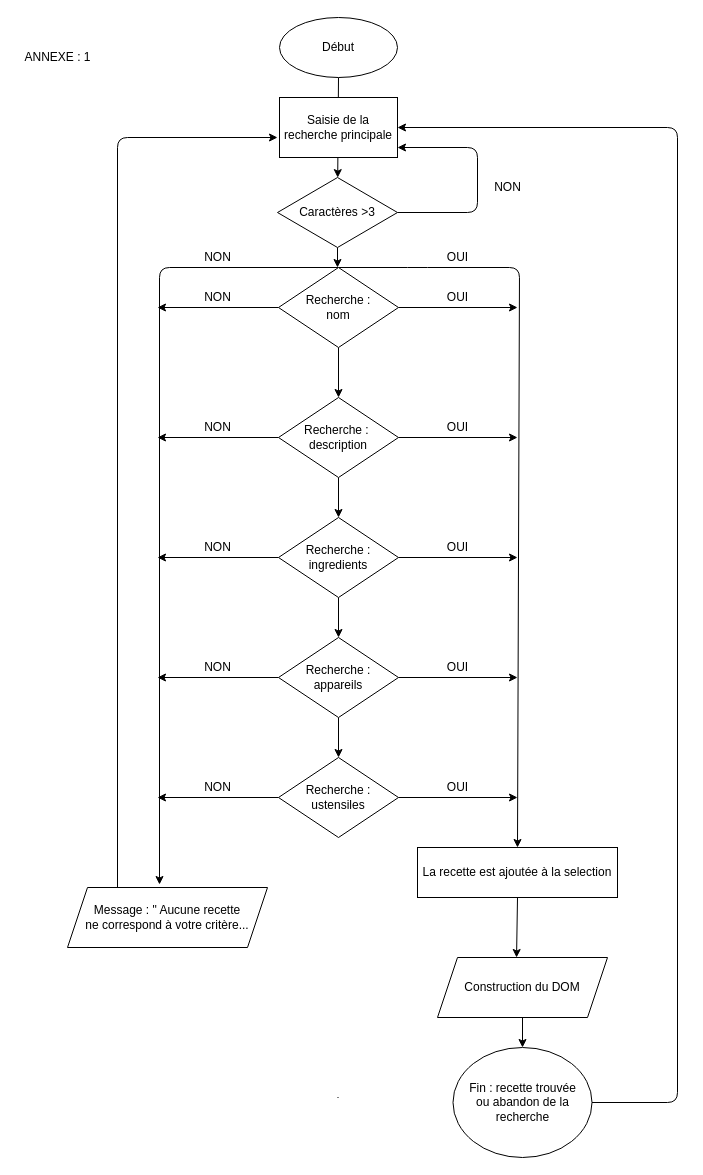
The draw.io diagram .drawio in Seilhan/Les-petits-plats-projet-7, before the edit. Source tidied: cells renumbered, new cells numbered last; positions are measured from the earlier drawing's top-left corner, leaving out a move shared by most shapes. Both pictures are drawn from the tidied source at 100%, with x=0, y=0 at pixel (17, 17).
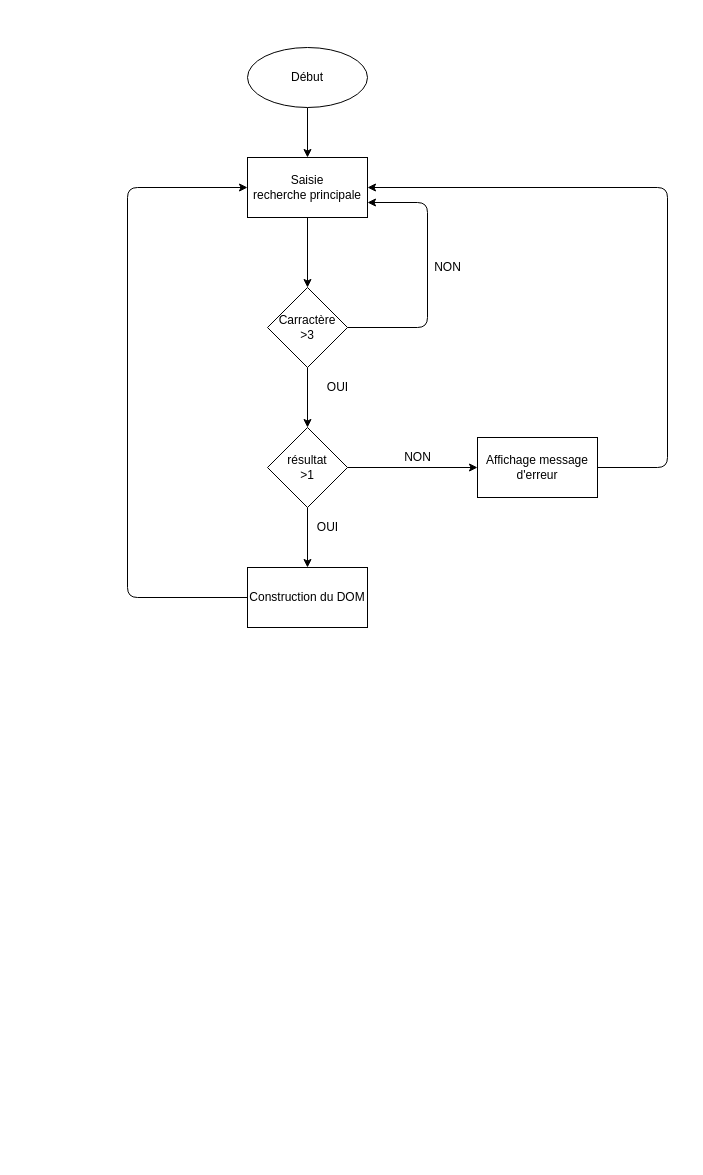
After the change.

Commit message (it also covers changes not shown here):
correction algorigramme + test jsbench.me

The edit, as a diff of the source:
```diff
@@
-    <mxCell id="0" />
-    <mxCell id="1" parent="0" />
-    <mxCell id="2" style="edgeStyle=none;html=1;" parent="1" edge="1" source="3" target="7">
-      <mxGeometry relative="1" as="geometry" />
-    </mxCell>
+    <mxCell id="53" />
+    <mxCell id="54" parent="53" />
+    <mxCell id="55" style="edgeStyle=none;html=1;exitX=0.5;exitY=1;exitDx=0;exitDy=0;entryX=0.5;entryY=0;entryDx=0;entryDy=0;" parent="54" edge="1" source="3" target="57">
+      <mxGeometry relative="1" as="geometry" />
+    </mxCell>
-    <mxCell id="3" value="Début" style="ellipse;whiteSpace=wrap;html=1;" parent="1" vertex="1">
-      <mxGeometry x="262" width="118" height="60" as="geometry" />
+    <mxCell id="3" value="Début" style="ellipse;whiteSpace=wrap;html=1;" parent="54" vertex="1">
+      <mxGeometry x="230" y="30" width="120" height="60" as="geometry" />
     </mxCell>
-    <mxCell id="4" value="Saisie de la recherche principale" style="whiteSpace=wrap;html=1;" parent="1" vertex="1">
-      <mxGeometry x="262" y="80" width="118" height="60" as="geometry" />
-    </mxCell>
-    <mxCell id="5" style="edgeStyle=none;html=1;exitX=0.5;exitY=1;exitDx=0;exitDy=0;entryX=0.5;entryY=0;entryDx=0;entryDy=0;" parent="1" edge="1" source="7">
-      <mxGeometry relative="1" as="geometry">
-        <mxPoint x="320" y="250" as="targetPoint" />
-      </mxGeometry>
-    </mxCell>
-    <mxCell id="6" style="edgeStyle=none;html=1;exitX=1;exitY=0.5;exitDx=0;exitDy=0;" parent="1" edge="1" source="7">
-      <mxGeometry relative="1" as="geometry">
-        <mxPoint x="380" y="130" as="targetPoint" />
-        <Array as="points">
-          <mxPoint x="460" y="195" />
-          <mxPoint x="460" y="130" />
-        </Array>
-      </mxGeometry>
-    </mxCell>
-    <mxCell id="7" value="Caractères &amp;gt;3" style="rhombus;whiteSpace=wrap;html=1;" parent="1" vertex="1">
-      <mxGeometry x="260" y="160" width="120" height="70" as="geometry" />
-    </mxCell>
-    <mxCell id="8" style="edgeStyle=none;html=1;" parent="1" edge="1" target="15">
-      <mxGeometry relative="1" as="geometry">
-        <mxPoint x="320.4" y="329.7" as="sourcePoint" />
-      </mxGeometry>
-    </mxCell>
-    <mxCell id="9" style="edgeStyle=none;html=1;entryX=0.46;entryY=-0.05;entryDx=0;entryDy=0;entryPerimeter=0;exitX=0.5;exitY=0;exitDx=0;exitDy=0;" parent="1" edge="1" source="15" target="47">
-      <mxGeometry relative="1" as="geometry">
-        <Array as="points">
-          <mxPoint x="142" y="250" />
-        </Array>
-      </mxGeometry>
-    </mxCell>
-    <mxCell id="10" value="NON" style="text;html=1;align=center;verticalAlign=middle;strokeColor=none;fillColor=none;" parent="1" vertex="1">
-      <mxGeometry x="470" y="160" width="40" height="20" as="geometry" />
-    </mxCell>
-    <mxCell id="11" style="edgeStyle=none;html=1;exitX=0.5;exitY=0;exitDx=0;exitDy=0;entryX=0.5;entryY=0;entryDx=0;entryDy=0;" parent="1" edge="1" source="15" target="32">
-      <mxGeometry relative="1" as="geometry">
-        <Array as="points">
-          <mxPoint x="400" y="250" />
-          <mxPoint x="502" y="250" />
-        </Array>
-      </mxGeometry>
-    </mxCell>
-    <mxCell id="12" style="edgeStyle=none;html=1;exitX=0.5;exitY=1;exitDx=0;exitDy=0;entryX=0.5;entryY=0;entryDx=0;entryDy=0;" parent="1" edge="1" source="15" target="19">
-      <mxGeometry relative="1" as="geometry" />
-    </mxCell>
-    <mxCell id="13" style="edgeStyle=none;html=1;exitX=1;exitY=0.5;exitDx=0;exitDy=0;" parent="1" edge="1" source="15">
-      <mxGeometry relative="1" as="geometry">
-        <mxPoint x="500" y="290" as="targetPoint" />
-      </mxGeometry>
-    </mxCell>
-    <mxCell id="14" style="edgeStyle=none;html=1;exitX=0;exitY=0.5;exitDx=0;exitDy=0;" parent="1" edge="1" source="15">
-      <mxGeometry relative="1" as="geometry">
-        <mxPoint x="140" y="290" as="targetPoint" />
-      </mxGeometry>
-    </mxCell>
-    <mxCell id="15" value="Recherche :&lt;br&gt;nom" style="rhombus;whiteSpace=wrap;html=1;" parent="1" vertex="1">
-      <mxGeometry x="261" y="250" width="120" height="80" as="geometry" />
-    </mxCell>
-    <mxCell id="16" style="edgeStyle=none;html=1;exitX=1;exitY=0.5;exitDx=0;exitDy=0;" parent="1" edge="1" source="19">
-      <mxGeometry relative="1" as="geometry">
-        <mxPoint x="500" y="420" as="targetPoint" />
-      </mxGeometry>
-    </mxCell>
-    <mxCell id="17" style="edgeStyle=none;html=1;exitX=0.5;exitY=1;exitDx=0;exitDy=0;" parent="1" edge="1" source="19" target="23">
-      <mxGeometry relative="1" as="geometry" />
-    </mxCell>
-    <mxCell id="18" style="edgeStyle=none;html=1;exitX=0;exitY=0.5;exitDx=0;exitDy=0;" parent="1" edge="1" source="19">
-      <mxGeometry relative="1" as="geometry">
-        <mxPoint x="140" y="420" as="targetPoint" />
-      </mxGeometry>
-    </mxCell>
-    <mxCell id="19" value="Recherche :&amp;nbsp;&lt;br&gt;description" style="rhombus;whiteSpace=wrap;html=1;" parent="1" vertex="1">
-      <mxGeometry x="261" y="380" width="120" height="80" as="geometry" />
-    </mxCell>
-    <mxCell id="20" style="edgeStyle=none;html=1;exitX=1;exitY=0.5;exitDx=0;exitDy=0;" parent="1" edge="1" source="23">
-      <mxGeometry relative="1" as="geometry">
-        <mxPoint x="500" y="540" as="targetPoint" />
-      </mxGeometry>
-    </mxCell>
-    <mxCell id="21" style="edgeStyle=none;html=1;exitX=0.5;exitY=1;exitDx=0;exitDy=0;entryX=0.5;entryY=0;entryDx=0;entryDy=0;" parent="1" edge="1" source="23" target="27">
-      <mxGeometry relative="1" as="geometry" />
-    </mxCell>
-    <mxCell id="22" style="edgeStyle=none;html=1;exitX=0;exitY=0.5;exitDx=0;exitDy=0;" parent="1" edge="1" source="23">
-      <mxGeometry relative="1" as="geometry">
-        <mxPoint x="140" y="540" as="targetPoint" />
-      </mxGeometry>
-    </mxCell>
-    <mxCell id="23" value="Recherche :&lt;br&gt;ingredients" style="rhombus;whiteSpace=wrap;html=1;" parent="1" vertex="1">
-      <mxGeometry x="261" y="500" width="120" height="80" as="geometry" />
-    </mxCell>
-    <mxCell id="24" style="edgeStyle=none;html=1;exitX=0.5;exitY=1;exitDx=0;exitDy=0;" parent="1" edge="1" source="27" target="30">
-      <mxGeometry relative="1" as="geometry" />
-    </mxCell>
-    <mxCell id="25" style="edgeStyle=none;html=1;exitX=0;exitY=0.5;exitDx=0;exitDy=0;" parent="1" edge="1" source="27">
-      <mxGeometry relative="1" as="geometry">
-        <mxPoint x="140" y="660" as="targetPoint" />
-      </mxGeometry>
-    </mxCell>
-    <mxCell id="26" style="edgeStyle=none;html=1;exitX=1;exitY=0.5;exitDx=0;exitDy=0;" parent="1" edge="1" source="27">
-      <mxGeometry relative="1" as="geometry">
-        <mxPoint x="500" y="660" as="targetPoint" />
-      </mxGeometry>
-    </mxCell>
-    <mxCell id="27" value="Recherche :&lt;br&gt;appareils" style="rhombus;whiteSpace=wrap;html=1;" parent="1" vertex="1">
-      <mxGeometry x="261" y="620" width="120" height="80" as="geometry" />
-    </mxCell>
-    <mxCell id="28" style="edgeStyle=none;html=1;exitX=0;exitY=0.5;exitDx=0;exitDy=0;" parent="1" edge="1" source="30">
-      <mxGeometry relative="1" as="geometry">
-        <mxPoint x="140" y="780" as="targetPoint" />
-      </mxGeometry>
-    </mxCell>
-    <mxCell id="29" style="edgeStyle=none;html=1;exitX=1;exitY=0.5;exitDx=0;exitDy=0;" parent="1" edge="1" source="30">
-      <mxGeometry relative="1" as="geometry">
-        <mxPoint x="500" y="780" as="targetPoint" />
-      </mxGeometry>
-    </mxCell>
-    <mxCell id="30" value="Recherche :&lt;br&gt;ustensiles" style="rhombus;whiteSpace=wrap;html=1;" parent="1" vertex="1">
-      <mxGeometry x="261" y="740" width="120" height="80" as="geometry" />
-    </mxCell>
-    <mxCell id="31" style="edgeStyle=none;html=1;exitX=0.5;exitY=1;exitDx=0;exitDy=0;entryX=0.465;entryY=0;entryDx=0;entryDy=0;entryPerimeter=0;" parent="1" edge="1" source="32" target="44">
-      <mxGeometry relative="1" as="geometry" />
-    </mxCell>
-    <mxCell id="32" value="La recette est ajoutée à la selection" style="whiteSpace=wrap;html=1;" parent="1" vertex="1">
-      <mxGeometry x="400" y="830" width="200" height="50" as="geometry" />
-    </mxCell>
-    <mxCell id="33" style="edgeStyle=none;html=1;exitX=1;exitY=0.5;exitDx=0;exitDy=0;entryX=1;entryY=0.5;entryDx=0;entryDy=0;" parent="1" edge="1" source="34" target="4">
-      <mxGeometry relative="1" as="geometry">
-        <Array as="points">
-          <mxPoint x="660" y="1085" />
-          <mxPoint x="660" y="110" />
-        </Array>
-      </mxGeometry>
-    </mxCell>
-    <mxCell id="34" value="Fin : recette trouvée&lt;br&gt;ou abandon de la recherche" style="ellipse;whiteSpace=wrap;html=1;" parent="1" vertex="1">
-      <mxGeometry x="435.5" y="1030" width="139" height="110" as="geometry" />
-    </mxCell>
-    <mxCell id="35" value="OUI" style="text;html=1;align=center;verticalAlign=middle;strokeColor=none;fillColor=none;" parent="1" vertex="1">
-      <mxGeometry x="420" y="270" width="40" height="20" as="geometry" />
-    </mxCell>
-    <mxCell id="36" value="OUI" style="text;html=1;align=center;verticalAlign=middle;strokeColor=none;fillColor=none;" parent="1" vertex="1">
-      <mxGeometry x="420" y="230" width="40" height="20" as="geometry" />
-    </mxCell>
-    <mxCell id="37" value="OUI" style="text;html=1;align=center;verticalAlign=middle;strokeColor=none;fillColor=none;" parent="1" vertex="1">
-      <mxGeometry x="420" y="520" width="40" height="20" as="geometry" />
-    </mxCell>
-    <mxCell id="38" value="OUI" style="text;html=1;align=center;verticalAlign=middle;strokeColor=none;fillColor=none;" parent="1" vertex="1">
-      <mxGeometry x="420" y="640" width="40" height="20" as="geometry" />
-    </mxCell>
-    <mxCell id="39" value="OUI" style="text;html=1;align=center;verticalAlign=middle;strokeColor=none;fillColor=none;" parent="1" vertex="1">
-      <mxGeometry x="420" y="760" width="40" height="20" as="geometry" />
-    </mxCell>
-    <mxCell id="40" value="OUI" style="text;html=1;align=center;verticalAlign=middle;strokeColor=none;fillColor=none;" parent="1" vertex="1">
-      <mxGeometry x="420" y="400" width="40" height="20" as="geometry" />
-    </mxCell>
-    <mxCell id="41" style="edgeStyle=none;html=1;entryX=0.5;entryY=0;entryDx=0;entryDy=0;endArrow=none;" parent="1" edge="1">
-      <mxGeometry relative="1" as="geometry">
-        <mxPoint x="320" y="1080" as="sourcePoint" />
-        <mxPoint x="321" y="1080" as="targetPoint" />
-      </mxGeometry>
-    </mxCell>
-    <mxCell id="42" value="NON" style="text;html=1;align=center;verticalAlign=middle;strokeColor=none;fillColor=none;" parent="1" vertex="1">
-      <mxGeometry x="180" y="760" width="40" height="20" as="geometry" />
-    </mxCell>
-    <mxCell id="43" style="edgeStyle=none;html=1;exitX=0.5;exitY=1;exitDx=0;exitDy=0;entryX=0.5;entryY=0;entryDx=0;entryDy=0;" parent="1" edge="1" source="44" target="34">
-      <mxGeometry relative="1" as="geometry" />
-    </mxCell>
+    <mxCell id="56" style="edgeStyle=none;html=1;exitX=0.5;exitY=1;exitDx=0;exitDy=0;entryX=0.5;entryY=0;entryDx=0;entryDy=0;" parent="54" edge="1" source="57" target="60">
+      <mxGeometry relative="1" as="geometry" />
+    </mxCell>
+    <mxCell id="57" value="Saisie&lt;br&gt;recherche principale" style="whiteSpace=wrap;html=1;" parent="54" vertex="1">
+      <mxGeometry x="230" y="140" width="120" height="60" as="geometry" />
+    </mxCell>
+    <mxCell id="58" style="edgeStyle=none;html=1;exitX=0.5;exitY=1;exitDx=0;exitDy=0;entryX=0.5;entryY=0;entryDx=0;entryDy=0;" parent="54" edge="1" source="60" target="63">
+      <mxGeometry relative="1" as="geometry" />
+    </mxCell>
+    <mxCell id="59" style="edgeStyle=none;html=1;exitX=1;exitY=0.5;exitDx=0;exitDy=0;entryX=1;entryY=0.75;entryDx=0;entryDy=0;" parent="54" edge="1" source="60" target="57">
+      <mxGeometry relative="1" as="geometry">
+        <Array as="points">
+          <mxPoint x="410" y="310" />
+          <mxPoint x="410" y="185" />
+        </Array>
+      </mxGeometry>
+    </mxCell>
+    <mxCell id="60" value="Carractère&lt;br&gt;&amp;gt;3" style="rhombus;whiteSpace=wrap;html=1;" parent="54" vertex="1">
+      <mxGeometry x="250" y="270" width="80" height="80" as="geometry" />
+    </mxCell>
+    <mxCell id="61" style="edgeStyle=none;html=1;exitX=1;exitY=0.5;exitDx=0;exitDy=0;entryX=0;entryY=0.5;entryDx=0;entryDy=0;" parent="54" edge="1" source="63" target="66">
+      <mxGeometry relative="1" as="geometry" />
+    </mxCell>
+    <mxCell id="62" style="edgeStyle=none;html=1;exitX=0.5;exitY=1;exitDx=0;exitDy=0;entryX=0.5;entryY=0;entryDx=0;entryDy=0;" parent="54" edge="1" source="63" target="44">
+      <mxGeometry relative="1" as="geometry" />
+    </mxCell>
+    <mxCell id="63" value="résultat&lt;br&gt;&amp;gt;1" style="rhombus;whiteSpace=wrap;html=1;" parent="54" vertex="1">
+      <mxGeometry x="250" y="410" width="80" height="80" as="geometry" />
+    </mxCell>
+    <mxCell id="64" style="edgeStyle=none;html=1;exitX=0;exitY=0.5;exitDx=0;exitDy=0;entryX=0;entryY=0.5;entryDx=0;entryDy=0;" parent="54" edge="1" source="44" target="57">
+      <mxGeometry relative="1" as="geometry">
+        <Array as="points">
+          <mxPoint x="110" y="580" />
+          <mxPoint x="110" y="170" />
+        </Array>
+      </mxGeometry>
+    </mxCell>
-    <mxCell id="44" value="Construction du DOM" style="shape=parallelogram;perimeter=parallelogramPerimeter;whiteSpace=wrap;html=1;fixedSize=1;" parent="1" vertex="1">
-      <mxGeometry x="420" y="940" width="170" height="60" as="geometry" />
+    <mxCell id="44" value="Construction du DOM" style="whiteSpace=wrap;html=1;" parent="54" vertex="1">
+      <mxGeometry x="230" y="550" width="120" height="60" as="geometry" />
     </mxCell>
-    <mxCell id="45" value="ANNEXE : 1" style="text;html=1;align=center;verticalAlign=middle;strokeColor=none;fillColor=none;" parent="1" vertex="1">
-      <mxGeometry y="30" width="80" height="20" as="geometry" />
-    </mxCell>
-    <mxCell id="46" style="edgeStyle=none;html=1;exitX=0.25;exitY=0;exitDx=0;exitDy=0;" parent="1" edge="1" source="47">
-      <mxGeometry relative="1" as="geometry">
-        <mxPoint x="260" y="120" as="targetPoint" />
-        <Array as="points">
-          <mxPoint x="100" y="120" />
-        </Array>
-      </mxGeometry>
-    </mxCell>
-    <mxCell id="47" value="&lt;span&gt;&amp;nbsp;Message : &quot; Aucune recette&amp;nbsp;&lt;/span&gt;&lt;br&gt;&lt;span&gt;ne correspond à votre critère...&lt;/span&gt;" style="shape=parallelogram;perimeter=parallelogramPerimeter;whiteSpace=wrap;html=1;fixedSize=1;" parent="1" vertex="1">
-      <mxGeometry x="50" y="870" width="200" height="60" as="geometry" />
-    </mxCell>
-    <mxCell id="48" value="NON" style="text;html=1;align=center;verticalAlign=middle;strokeColor=none;fillColor=none;" parent="1" vertex="1">
-      <mxGeometry x="180" y="640" width="40" height="20" as="geometry" />
-    </mxCell>
-    <mxCell id="49" value="NON" style="text;html=1;align=center;verticalAlign=middle;strokeColor=none;fillColor=none;" parent="1" vertex="1">
-      <mxGeometry x="180" y="520" width="40" height="20" as="geometry" />
-    </mxCell>
-    <mxCell id="50" value="NON" style="text;html=1;align=center;verticalAlign=middle;strokeColor=none;fillColor=none;" parent="1" vertex="1">
-      <mxGeometry x="180" y="400" width="40" height="20" as="geometry" />
-    </mxCell>
-    <mxCell id="51" value="NON" style="text;html=1;align=center;verticalAlign=middle;strokeColor=none;fillColor=none;" parent="1" vertex="1">
-      <mxGeometry x="180" y="230" width="40" height="20" as="geometry" />
-    </mxCell>
-    <mxCell id="52" value="NON" style="text;html=1;align=center;verticalAlign=middle;strokeColor=none;fillColor=none;" parent="1" vertex="1">
-      <mxGeometry x="180" y="270" width="40" height="20" as="geometry" />
-    </mxCell>
+    <mxCell id="65" style="edgeStyle=none;html=1;exitX=1;exitY=0.5;exitDx=0;exitDy=0;entryX=1;entryY=0.5;entryDx=0;entryDy=0;" parent="54" edge="1" source="66" target="57">
+      <mxGeometry relative="1" as="geometry">
+        <Array as="points">
+          <mxPoint x="650" y="450" />
+          <mxPoint x="650" y="170" />
+        </Array>
+      </mxGeometry>
+    </mxCell>
+    <mxCell id="66" value="Affichage message&lt;br&gt;d'erreur" style="whiteSpace=wrap;html=1;" parent="54" vertex="1">
+      <mxGeometry x="460" y="420" width="120" height="60" as="geometry" />
+    </mxCell>
+    <mxCell id="67" value="NON" style="text;html=1;align=center;verticalAlign=middle;strokeColor=none;fillColor=none;" parent="54" vertex="1">
+      <mxGeometry x="380" y="430" width="40" height="20" as="geometry" />
+    </mxCell>
+    <mxCell id="68" value="OUI" style="text;html=1;align=center;verticalAlign=middle;strokeColor=none;fillColor=none;" parent="54" vertex="1">
+      <mxGeometry x="290" y="500" width="40" height="20" as="geometry" />
+    </mxCell>
+    <mxCell id="69" value="OUI" style="text;html=1;align=center;verticalAlign=middle;strokeColor=none;fillColor=none;" parent="54" vertex="1">
+      <mxGeometry x="300" y="360" width="40" height="20" as="geometry" />
+    </mxCell>
+    <mxCell id="70" value="NON" style="text;html=1;align=center;verticalAlign=middle;strokeColor=none;fillColor=none;" parent="54" vertex="1">
+      <mxGeometry x="410" y="240" width="40" height="20" as="geometry" />
+    </mxCell>
```
